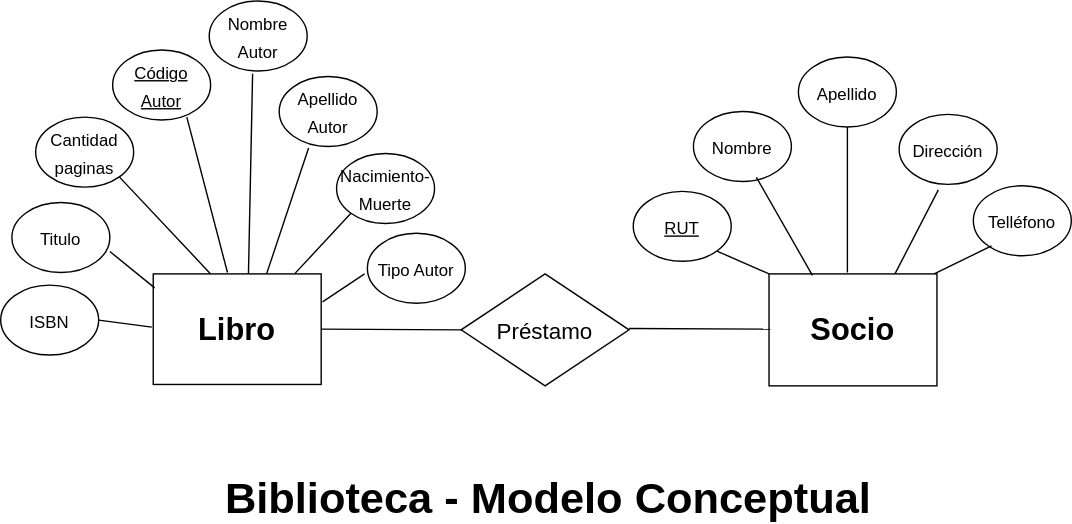
The draw.io diagram Modelo_conceptual.drawio.svg in marcelomolinamartinez/prueba_biblioteca, before a commit. Source tidied: cells renumbered, new cells last; positions are measured from the earlier drawing's top-left corner, leaving out a move shared by most shapes.
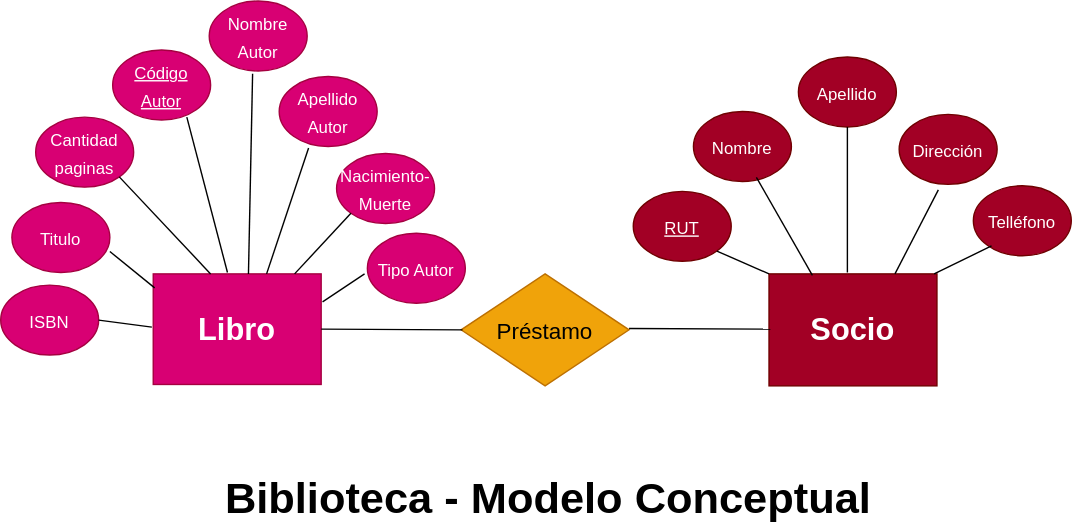
Later version of the same file.

What changed in the source:
```diff
@@ -2,13 +2,13 @@
   <root>
     <mxCell id="0" />
     <mxCell id="1" parent="0" />
-    <mxCell id="2" value="&lt;h1&gt;&lt;font style=&quot;font-size: 22px&quot;&gt;Libro&lt;/font&gt;&lt;/h1&gt;" style="rounded=0;whiteSpace=wrap;html=1;" parent="1" vertex="1">
+    <mxCell id="2" value="&lt;h1&gt;&lt;font style=&quot;font-size: 22px&quot;&gt;Libro&lt;/font&gt;&lt;/h1&gt;" style="rounded=0;whiteSpace=wrap;html=1;fillColor=#d80073;strokeColor=#A50040;fontColor=#ffffff;" parent="1" vertex="1">
       <mxGeometry x="109" y="195" width="120" height="79" as="geometry" />
     </mxCell>
-    <mxCell id="3" value="&lt;h1&gt;&lt;font style=&quot;font-size: 22px&quot;&gt;Socio&lt;/font&gt;&lt;/h1&gt;" style="rounded=0;whiteSpace=wrap;html=1;" parent="1" vertex="1">
+    <mxCell id="3" value="&lt;h1&gt;&lt;font style=&quot;font-size: 22px&quot;&gt;Socio&lt;/font&gt;&lt;/h1&gt;" style="rounded=0;whiteSpace=wrap;html=1;fillColor=#a20025;fontColor=#ffffff;strokeColor=#6F0000;" parent="1" vertex="1">
       <mxGeometry x="549" y="195" width="120" height="80" as="geometry" />
     </mxCell>
-    <mxCell id="4" value="&lt;font style=&quot;font-size: 16px&quot;&gt;Préstamo&lt;/font&gt;" style="rhombus;whiteSpace=wrap;html=1;fontSize=22;" parent="1" vertex="1">
+    <mxCell id="4" value="&lt;font style=&quot;font-size: 16px&quot;&gt;Préstamo&lt;/font&gt;" style="rhombus;whiteSpace=wrap;html=1;fontSize=22;fillColor=#f0a30a;fontColor=#000000;strokeColor=#BD7000;" parent="1" vertex="1">
       <mxGeometry x="329" y="195" width="120" height="80" as="geometry" />
     </mxCell>
     <mxCell id="5" style="endArrow=none;html=1;rounded=0;fontSize=16;exitX=1;exitY=0.5;exitDx=0;exitDy=0;" parent="1" edge="1" source="2">
@@ -22,13 +22,13 @@
         <mxPoint x="550" y="234.5" as="targetPoint" />
       </mxGeometry>
     </mxCell>
-    <mxCell id="7" value="&lt;font style=&quot;font-size: 12px&quot;&gt;ISBN&lt;/font&gt;" style="ellipse;whiteSpace=wrap;html=1;fontSize=16;" parent="1" vertex="1">
+    <mxCell id="7" value="&lt;font style=&quot;font-size: 12px&quot;&gt;ISBN&lt;/font&gt;" style="ellipse;whiteSpace=wrap;html=1;fontSize=16;fillColor=#d80073;fontColor=#ffffff;strokeColor=#A50040;" parent="1" vertex="1">
       <mxGeometry y="203" width="70" height="50" as="geometry" />
     </mxCell>
-    <mxCell id="8" value="&lt;font style=&quot;font-size: 12px&quot;&gt;Nombre Autor&lt;/font&gt;" style="ellipse;whiteSpace=wrap;html=1;fontSize=16;" parent="1" vertex="1">
+    <mxCell id="8" value="&lt;font style=&quot;font-size: 12px&quot;&gt;Nombre Autor&lt;/font&gt;" style="ellipse;whiteSpace=wrap;html=1;fontSize=16;fillColor=#d80073;fontColor=#ffffff;strokeColor=#A50040;" parent="1" vertex="1">
       <mxGeometry x="149" width="70" height="50" as="geometry" />
     </mxCell>
-    <mxCell id="9" value="&lt;font style=&quot;font-size: 12px&quot;&gt;&lt;u&gt;Código Autor&lt;/u&gt;&lt;/font&gt;" style="ellipse;whiteSpace=wrap;html=1;fontSize=16;" parent="1" vertex="1">
+    <mxCell id="9" value="&lt;font style=&quot;font-size: 12px&quot;&gt;&lt;u&gt;Código Autor&lt;/u&gt;&lt;/font&gt;" style="ellipse;whiteSpace=wrap;html=1;fontSize=16;fillColor=#d80073;fontColor=#ffffff;strokeColor=#A50040;" parent="1" vertex="1">
       <mxGeometry x="80" y="35" width="70" height="50" as="geometry" />
     </mxCell>
     <mxCell id="10" style="edgeStyle=orthogonalEdgeStyle;rounded=0;orthogonalLoop=1;jettySize=auto;html=1;exitX=0.5;exitY=1;exitDx=0;exitDy=0;fontSize=12;" parent="1" edge="1">
@@ -37,19 +37,19 @@
         <mxPoint x="235" y="115" as="targetPoint" />
       </mxGeometry>
     </mxCell>
-    <mxCell id="11" value="&lt;font style=&quot;font-size: 12px&quot;&gt;Titulo&lt;/font&gt;" style="ellipse;whiteSpace=wrap;html=1;fontSize=16;" parent="1" vertex="1">
+    <mxCell id="11" value="&lt;font style=&quot;font-size: 12px&quot;&gt;Titulo&lt;/font&gt;" style="ellipse;whiteSpace=wrap;html=1;fontSize=16;fillColor=#d80073;fontColor=#ffffff;strokeColor=#A50040;" parent="1" vertex="1">
       <mxGeometry x="8" y="144" width="70" height="50" as="geometry" />
     </mxCell>
-    <mxCell id="12" value="&lt;font style=&quot;font-size: 12px&quot;&gt;Cantidad paginas&lt;/font&gt;" style="ellipse;whiteSpace=wrap;html=1;fontSize=16;" parent="1" vertex="1">
+    <mxCell id="12" value="&lt;font style=&quot;font-size: 12px&quot;&gt;Cantidad paginas&lt;/font&gt;" style="ellipse;whiteSpace=wrap;html=1;fontSize=16;fillColor=#d80073;fontColor=#ffffff;strokeColor=#A50040;" parent="1" vertex="1">
       <mxGeometry x="25" y="83" width="70" height="50" as="geometry" />
     </mxCell>
-    <mxCell id="13" value="&lt;font style=&quot;font-size: 12px&quot;&gt;Apellido Autor&lt;/font&gt;" style="ellipse;whiteSpace=wrap;html=1;fontSize=16;" parent="1" vertex="1">
+    <mxCell id="13" value="&lt;font style=&quot;font-size: 12px&quot;&gt;Apellido Autor&lt;/font&gt;" style="ellipse;whiteSpace=wrap;html=1;fontSize=16;fillColor=#d80073;fontColor=#ffffff;strokeColor=#A50040;" parent="1" vertex="1">
       <mxGeometry x="199" y="54" width="70" height="50" as="geometry" />
     </mxCell>
-    <mxCell id="14" value="&lt;font style=&quot;font-size: 12px&quot;&gt;Nacimiento-Muerte&lt;/font&gt;" style="ellipse;whiteSpace=wrap;html=1;fontSize=16;" parent="1" vertex="1">
+    <mxCell id="14" value="&lt;font style=&quot;font-size: 12px&quot;&gt;Nacimiento-Muerte&lt;/font&gt;" style="ellipse;whiteSpace=wrap;html=1;fontSize=16;fillColor=#d80073;fontColor=#ffffff;strokeColor=#A50040;" parent="1" vertex="1">
       <mxGeometry x="240" y="109" width="70" height="50" as="geometry" />
     </mxCell>
-    <mxCell id="15" value="&lt;font style=&quot;font-size: 12px&quot;&gt;Tipo Autor&lt;br&gt;&lt;/font&gt;" style="ellipse;whiteSpace=wrap;html=1;fontSize=16;" parent="1" vertex="1">
+    <mxCell id="15" value="&lt;font style=&quot;font-size: 12px&quot;&gt;Tipo Autor&lt;br&gt;&lt;/font&gt;" style="ellipse;whiteSpace=wrap;html=1;fontSize=16;fillColor=#d80073;fontColor=#ffffff;strokeColor=#A50040;" parent="1" vertex="1">
       <mxGeometry x="262" y="166" width="70" height="50" as="geometry" />
     </mxCell>
     <mxCell id="16" style="endArrow=none;html=1;rounded=0;fontSize=12;entryX=0;entryY=1;entryDx=0;entryDy=0;" parent="1" edge="1" target="14">
@@ -98,19 +98,19 @@
         <mxPoint x="108" y="233" as="targetPoint" />
       </mxGeometry>
     </mxCell>
-    <mxCell id="24" value="&lt;font style=&quot;font-size: 12px&quot;&gt;&lt;u&gt;RUT&lt;/u&gt;&lt;/font&gt;" style="ellipse;whiteSpace=wrap;html=1;fontSize=16;" parent="1" vertex="1">
+    <mxCell id="24" value="&lt;font style=&quot;font-size: 12px&quot;&gt;&lt;u&gt;RUT&lt;/u&gt;&lt;/font&gt;" style="ellipse;whiteSpace=wrap;html=1;fontSize=16;fillColor=#a20025;fontColor=#ffffff;strokeColor=#6F0000;" parent="1" vertex="1">
       <mxGeometry x="452" y="136" width="70" height="50" as="geometry" />
     </mxCell>
-    <mxCell id="25" value="&lt;font style=&quot;font-size: 12px&quot;&gt;Nombre&lt;/font&gt;" style="ellipse;whiteSpace=wrap;html=1;fontSize=16;" parent="1" vertex="1">
+    <mxCell id="25" value="&lt;font style=&quot;font-size: 12px&quot;&gt;Nombre&lt;/font&gt;" style="ellipse;whiteSpace=wrap;html=1;fontSize=16;fillColor=#a20025;fontColor=#ffffff;strokeColor=#6F0000;" parent="1" vertex="1">
       <mxGeometry x="495" y="79" width="70" height="50" as="geometry" />
     </mxCell>
-    <mxCell id="26" value="&lt;font style=&quot;font-size: 12px&quot;&gt;Apellido&lt;/font&gt;" style="ellipse;whiteSpace=wrap;html=1;fontSize=16;" parent="1" vertex="1">
+    <mxCell id="26" value="&lt;font style=&quot;font-size: 12px&quot;&gt;Apellido&lt;/font&gt;" style="ellipse;whiteSpace=wrap;html=1;fontSize=16;fillColor=#a20025;fontColor=#ffffff;strokeColor=#6F0000;" parent="1" vertex="1">
       <mxGeometry x="570" y="40" width="70" height="50" as="geometry" />
     </mxCell>
-    <mxCell id="27" value="&lt;font style=&quot;font-size: 12px&quot;&gt;Dirección&lt;/font&gt;" style="ellipse;whiteSpace=wrap;html=1;fontSize=16;" parent="1" vertex="1">
+    <mxCell id="27" value="&lt;font style=&quot;font-size: 12px&quot;&gt;Dirección&lt;/font&gt;" style="ellipse;whiteSpace=wrap;html=1;fontSize=16;fillColor=#a20025;fontColor=#ffffff;strokeColor=#6F0000;" parent="1" vertex="1">
       <mxGeometry x="642" y="81" width="70" height="50" as="geometry" />
     </mxCell>
-    <mxCell id="28" value="&lt;font style=&quot;font-size: 12px&quot;&gt;Telléfono&lt;/font&gt;" style="ellipse;whiteSpace=wrap;html=1;fontSize=16;" parent="1" vertex="1">
+    <mxCell id="28" value="&lt;font style=&quot;font-size: 12px&quot;&gt;Telléfono&lt;/font&gt;" style="ellipse;whiteSpace=wrap;html=1;fontSize=16;fillColor=#a20025;fontColor=#ffffff;strokeColor=#6F0000;" parent="1" vertex="1">
       <mxGeometry x="695" y="132" width="70" height="50" as="geometry" />
     </mxCell>
     <mxCell id="29" style="endArrow=none;html=1;rounded=0;fontSize=12;" parent="1" edge="1">
```
